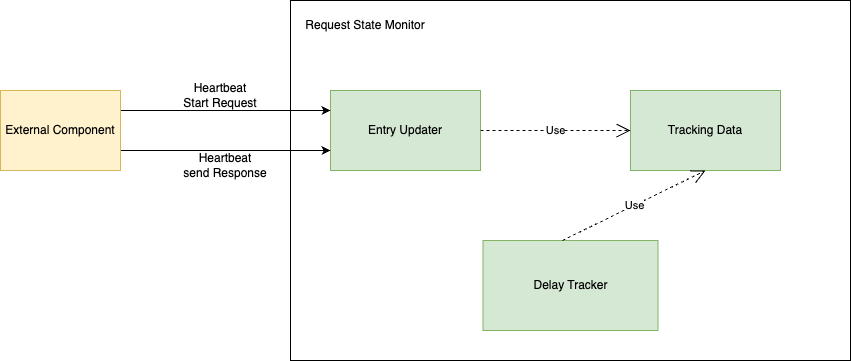
Above: doc/SA cert/Design/figures/availability/availability-RSM_static.drawio.png in taikt/codefun (draw.io), before the change. Source tidied: cells renumbered, new cells last; positions are measured from the earlier drawing's top-left corner, leaving out a move shared by most shapes. The source it was exported from:
```xml
<mxGraphModel>
  <root>
    <mxCell id="0" />
    <mxCell id="1" parent="0" />
    <mxCell id="2" style="rounded=0;whiteSpace=wrap;html=1;" parent="1" vertex="1">
      <mxGeometry x="290" width="560" height="360" as="geometry" />
    </mxCell>
    <mxCell id="3" value="Request State Monitor" style="text;html=1;strokeColor=none;fillColor=none;align=center;verticalAlign=middle;whiteSpace=wrap;rounded=0;" parent="1" vertex="1">
      <mxGeometry x="300" y="10" width="130" height="30" as="geometry" />
    </mxCell>
    <mxCell id="4" value="Entry Updater" style="rounded=0;whiteSpace=wrap;html=1;fillColor=#d5e8d4;strokeColor=#82b366;" parent="1" vertex="1">
      <mxGeometry x="330" y="90" width="150" height="80" as="geometry" />
    </mxCell>
    <mxCell id="5" value="Delay Tracker" style="rounded=0;whiteSpace=wrap;html=1;fillColor=#d5e8d4;strokeColor=#82b366;" parent="1" vertex="1">
      <mxGeometry x="482.5" y="240" width="175" height="90" as="geometry" />
    </mxCell>
    <mxCell id="6" value="Tracking Data" style="rounded=0;whiteSpace=wrap;html=1;fillColor=#d5e8d4;strokeColor=#82b366;" parent="1" vertex="1">
      <mxGeometry x="630" y="90" width="150" height="80" as="geometry" />
    </mxCell>
    <mxCell id="7" value="Use" style="endArrow=open;endSize=12;dashed=1;html=1;rounded=0;exitX=1;exitY=0.5;exitDx=0;exitDy=0;" parent="1" edge="1" source="4" target="6">
      <mxGeometry relative="1" as="geometry" />
    </mxCell>
    <mxCell id="8" value="Use" style="endArrow=open;endSize=12;dashed=1;html=1;rounded=0;exitX=0.454;exitY=0;exitDx=0;exitDy=0;exitPerimeter=0;entryX=0.5;entryY=1;entryDx=0;entryDy=0;" parent="1" edge="1" source="5" target="6">
      <mxGeometry relative="1" as="geometry" />
    </mxCell>
    <mxCell id="9" style="edgeStyle=orthogonalEdgeStyle;rounded=0;jettySize=auto;html=1;exitX=1;exitY=0.25;exitDx=0;exitDy=0;entryX=0;entryY=0.25;entryDx=0;entryDy=0;" parent="1" edge="1" source="11" target="4">
      <mxGeometry relative="1" as="geometry" />
    </mxCell>
    <mxCell id="10" style="edgeStyle=orthogonalEdgeStyle;rounded=0;jettySize=auto;html=1;exitX=1;exitY=0.75;exitDx=0;exitDy=0;entryX=0;entryY=0.75;entryDx=0;entryDy=0;" parent="1" edge="1" source="11" target="4">
      <mxGeometry relative="1" as="geometry" />
    </mxCell>
    <mxCell id="11" value="External Component" style="rounded=0;whiteSpace=wrap;html=1;fillColor=#fff2cc;strokeColor=#d6b656;" parent="1" vertex="1">
      <mxGeometry y="90" width="120" height="80" as="geometry" />
    </mxCell>
    <mxCell id="12" value="Heartbeat&lt;br&gt;Start Request" style="text;html=1;strokeColor=none;fillColor=none;align=center;verticalAlign=middle;whiteSpace=wrap;rounded=0;" parent="1" vertex="1">
      <mxGeometry x="180" y="80" width="80" height="30" as="geometry" />
    </mxCell>
    <mxCell id="13" value="Heartbeat&lt;br&gt;send Response" style="text;html=1;strokeColor=none;fillColor=none;align=center;verticalAlign=middle;whiteSpace=wrap;rounded=0;" parent="1" vertex="1">
      <mxGeometry x="170" y="150" width="110" height="30" as="geometry" />
    </mxCell>
  </root>
</mxGraphModel>
```
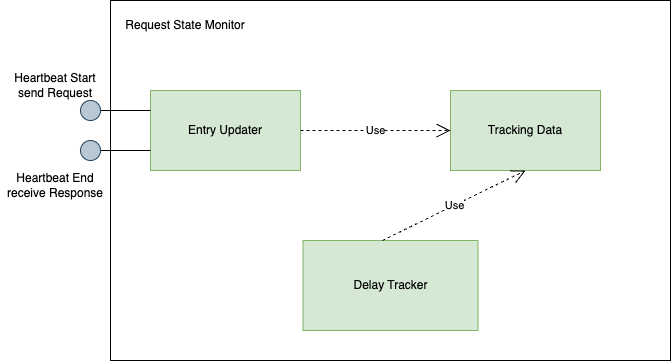
After the commit.

Change to the diagram source:
```diff
@@ -23,20 +23,23 @@
     <mxCell id="8" value="Use" style="endArrow=open;endSize=12;dashed=1;html=1;rounded=0;exitX=0.454;exitY=0;exitDx=0;exitDy=0;exitPerimeter=0;entryX=0.5;entryY=1;entryDx=0;entryDy=0;" parent="1" edge="1" source="5" target="6">
       <mxGeometry relative="1" as="geometry" />
     </mxCell>
-    <mxCell id="9" style="edgeStyle=orthogonalEdgeStyle;rounded=0;jettySize=auto;html=1;exitX=1;exitY=0.25;exitDx=0;exitDy=0;entryX=0;entryY=0.25;entryDx=0;entryDy=0;" parent="1" edge="1" source="11" target="4">
-      <mxGeometry relative="1" as="geometry" />
-    </mxCell>
-    <mxCell id="10" style="edgeStyle=orthogonalEdgeStyle;rounded=0;jettySize=auto;html=1;exitX=1;exitY=0.75;exitDx=0;exitDy=0;entryX=0;entryY=0.75;entryDx=0;entryDy=0;" parent="1" edge="1" source="11" target="4">
-      <mxGeometry relative="1" as="geometry" />
-    </mxCell>
-    <mxCell id="11" value="External Component" style="rounded=0;whiteSpace=wrap;html=1;fillColor=#fff2cc;strokeColor=#d6b656;" parent="1" vertex="1">
-      <mxGeometry y="90" width="120" height="80" as="geometry" />
-    </mxCell>
-    <mxCell id="12" value="Heartbeat&lt;br&gt;Start Request" style="text;html=1;strokeColor=none;fillColor=none;align=center;verticalAlign=middle;whiteSpace=wrap;rounded=0;" parent="1" vertex="1">
-      <mxGeometry x="180" y="80" width="80" height="30" as="geometry" />
+    <mxCell id="12" value="Heartbeat Start&lt;br&gt;send Request" style="text;html=1;strokeColor=none;fillColor=none;align=center;verticalAlign=middle;whiteSpace=wrap;rounded=0;" parent="1" vertex="1">
+      <mxGeometry x="190" y="70" width="90" height="30" as="geometry" />
     </mxCell>
-    <mxCell id="13" value="Heartbeat&lt;br&gt;send Response" style="text;html=1;strokeColor=none;fillColor=none;align=center;verticalAlign=middle;whiteSpace=wrap;rounded=0;" parent="1" vertex="1">
-      <mxGeometry x="170" y="150" width="110" height="30" as="geometry" />
+    <mxCell id="13" value="Heartbeat End&lt;br&gt;receive Response" style="text;html=1;strokeColor=none;fillColor=none;align=center;verticalAlign=middle;whiteSpace=wrap;rounded=0;" parent="1" vertex="1">
+      <mxGeometry x="180" y="170" width="110" height="30" as="geometry" />
     </mxCell>
+    <mxCell id="14" style="edgeStyle=orthogonalEdgeStyle;rounded=0;jettySize=auto;html=1;exitX=1;exitY=0.5;exitDx=0;exitDy=0;entryX=0;entryY=0.25;entryDx=0;entryDy=0;endArrow=none;endFill=0;" parent="1" edge="1" source="15" target="4">
+      <mxGeometry relative="1" as="geometry" />
+    </mxCell>
+    <mxCell id="15" style="ellipse;whiteSpace=wrap;html=1;fillColor=#bac8d3;strokeColor=#23445d;" parent="1" vertex="1">
+      <mxGeometry x="260" y="100" width="20" height="20" as="geometry" />
+    </mxCell>
+    <mxCell id="16" style="edgeStyle=orthogonalEdgeStyle;rounded=0;jettySize=auto;html=1;exitX=1;exitY=0.5;exitDx=0;exitDy=0;endArrow=none;endFill=0;entryX=0;entryY=0.75;entryDx=0;entryDy=0;entryPerimeter=0;" parent="1" edge="1" source="17" target="4">
+      <mxGeometry relative="1" as="geometry" />
+    </mxCell>
+    <mxCell id="17" style="ellipse;whiteSpace=wrap;html=1;fillColor=#bac8d3;strokeColor=#23445d;" parent="1" vertex="1">
+      <mxGeometry x="260" y="140" width="20" height="20" as="geometry" />
+    </mxCell>
   </root>
 </mxGraphModel>
```
